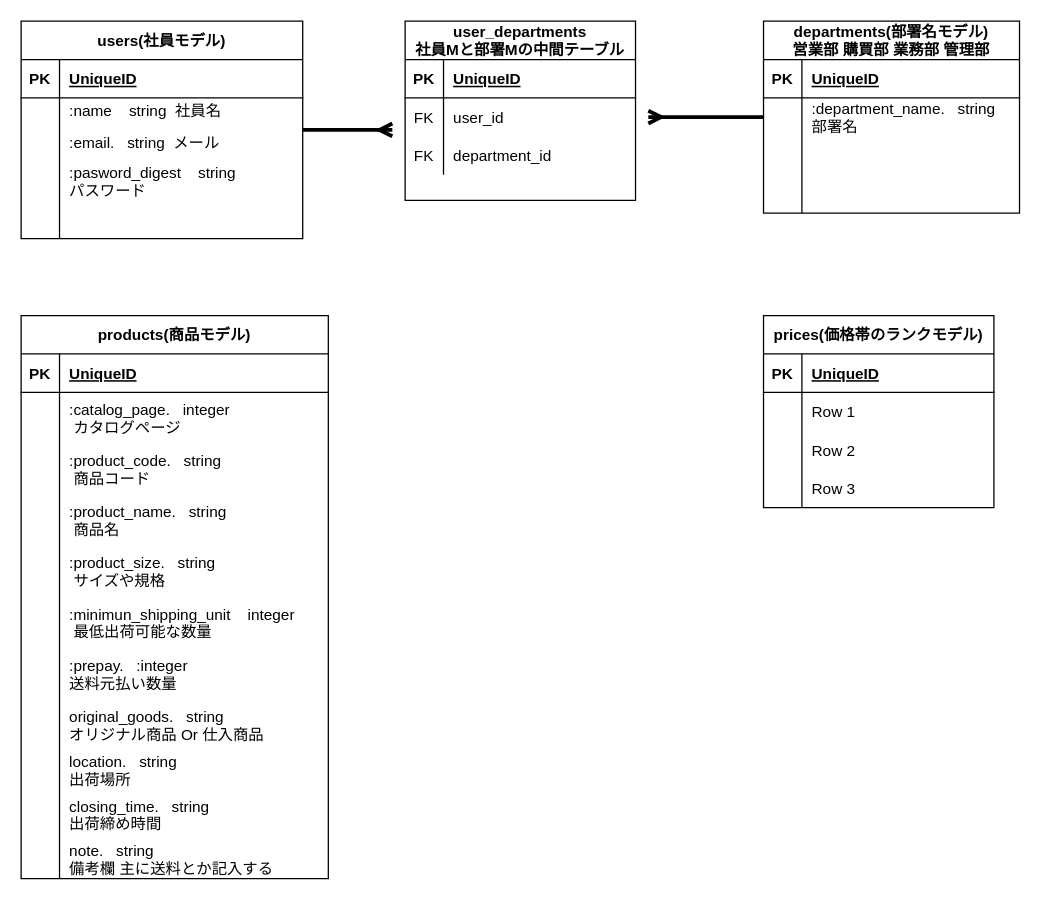
Masakazu-Harada/Portforio_PriceList keeps this draw.io diagram as ER.dio. Above is the earlier version. Source tidied: cells renumbered, new cells numbered last; positions are measured from the earlier drawing's top-left corner, leaving out a move shared by most shapes. Both pictures are drawn from the tidied source at 128%, with x=0, y=0 at pixel (20, 20).
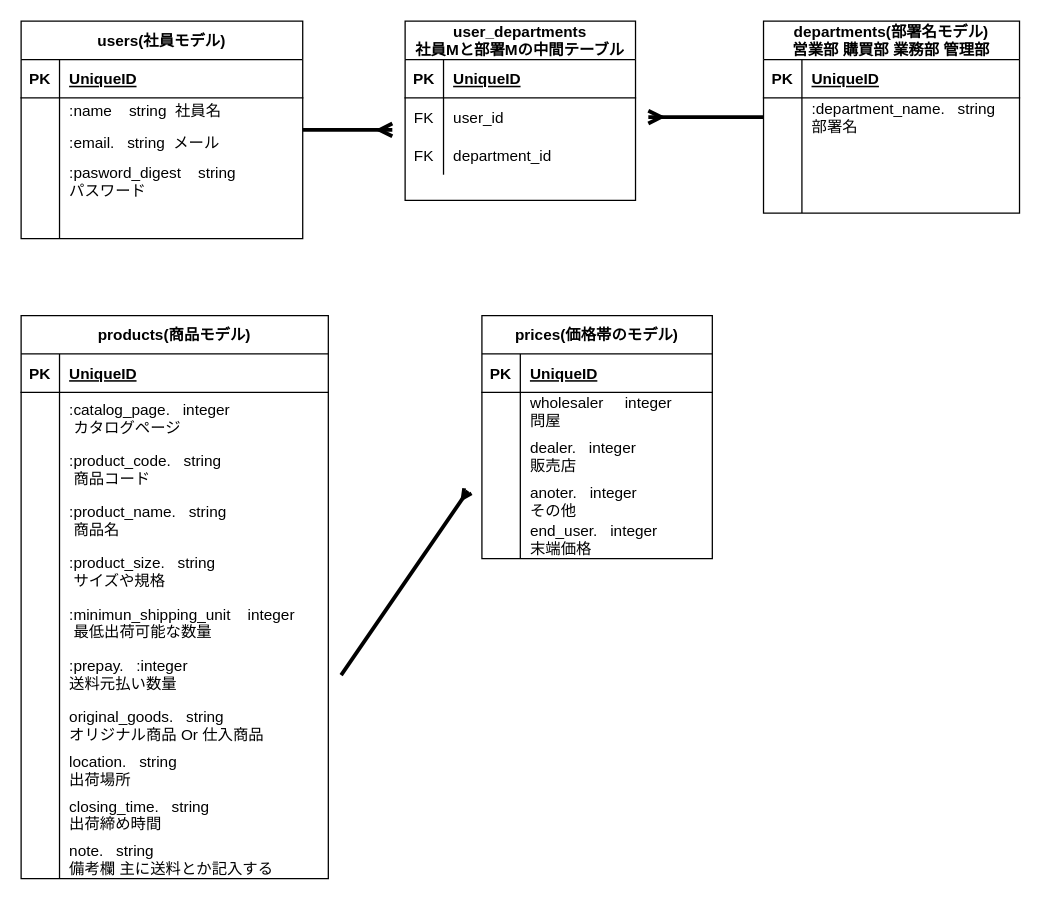
The same page after the edit.

Unchanged cells that the change refers to:
```xml
<mxCell id="81" style="shape=tableRow;horizontal=0;startSize=0;swimlaneHead=0;swimlaneBody=0;fillColor=none;top=0;left=0;right=0;bottom=0;" parent="77" vertex="1">
  <mxGeometry y="60" width="180" height="30" as="geometry" />
</mxCell>
```

Change to the diagram source:
```diff
@@
-    <mxCell id="77" value="prices(価格帯のランクモデル)" style="shape=table;startSize=30;childLayout=tableLayout;rowLines=0;fontStyle=1;align=center;" parent="1" vertex="1">
-      <mxGeometry x="580" y="230" width="180" height="150" as="geometry" />
+    <mxCell id="77" value="prices(価格帯のモデル)" style="shape=table;startSize=30;childLayout=tableLayout;rowLines=0;fontStyle=1;align=center;" parent="1" vertex="1">
+      <mxGeometry x="360" y="230" width="180" height="190" as="geometry" />
     </mxCell>
@@
-    <mxCell id="83" value="Row 1" style="shape=partialRectangle;fillColor=none;top=0;left=0;bottom=0;right=0;align=left;spacingLeft=6;overflow=hidden;" parent="81" vertex="1">
+    <mxCell id="83" value="wholesaler     integer&#10;問屋" style="shape=partialRectangle;fillColor=none;top=0;left=0;bottom=0;right=0;align=left;spacingLeft=6;overflow=hidden;" parent="81" vertex="1">
       <mxGeometry x="30" width="150" height="30" as="geometry" />
     </mxCell>
     <mxCell id="84" style="shape=tableRow;horizontal=0;startSize=0;swimlaneHead=0;swimlaneBody=0;fillColor=none;top=0;left=0;right=0;bottom=0;" parent="77" vertex="1">
-      <mxGeometry y="90" width="180" height="30" as="geometry" />
+      <mxGeometry y="90" width="180" height="40" as="geometry" />
     </mxCell>
     <mxCell id="85" style="shape=partialRectangle;fillColor=none;top=0;left=0;bottom=0;right=0;overflow=hidden;" parent="84" vertex="1">
-      <mxGeometry width="30" height="30" as="geometry" />
+      <mxGeometry width="30" height="40" as="geometry" />
     </mxCell>
-    <mxCell id="86" value="Row 2" style="shape=partialRectangle;fillColor=none;top=0;left=0;bottom=0;right=0;align=left;spacingLeft=6;overflow=hidden;" parent="84" vertex="1">
-      <mxGeometry x="30" width="150" height="30" as="geometry" />
+    <mxCell id="86" value="dealer.   integer&#10;販売店" style="shape=partialRectangle;fillColor=none;top=0;left=0;bottom=0;right=0;align=left;spacingLeft=6;overflow=hidden;" parent="84" vertex="1">
+      <mxGeometry x="30" width="150" height="40" as="geometry" />
     </mxCell>
     <mxCell id="87" style="shape=tableRow;horizontal=0;startSize=0;swimlaneHead=0;swimlaneBody=0;fillColor=none;top=0;left=0;right=0;bottom=0;" parent="77" vertex="1">
-      <mxGeometry y="120" width="180" height="30" as="geometry" />
+      <mxGeometry y="130" width="180" height="30" as="geometry" />
     </mxCell>
@@
-    <mxCell id="89" value="Row 3" style="shape=partialRectangle;fillColor=none;top=0;left=0;bottom=0;right=0;align=left;spacingLeft=6;overflow=hidden;" parent="87" vertex="1">
+    <mxCell id="89" value="anoter.   integer&#10;その他" style="shape=partialRectangle;fillColor=none;top=0;left=0;bottom=0;right=0;align=left;spacingLeft=6;overflow=hidden;" parent="87" vertex="1">
       <mxGeometry x="30" width="150" height="30" as="geometry" />
     </mxCell>
+    <mxCell id="90" style="shape=tableRow;horizontal=0;startSize=0;swimlaneHead=0;swimlaneBody=0;fillColor=none;top=0;left=0;right=0;bottom=0;" parent="77" vertex="1">
+      <mxGeometry y="160" width="180" height="30" as="geometry" />
+    </mxCell>
+    <mxCell id="91" style="shape=partialRectangle;fillColor=none;top=0;left=0;bottom=0;right=0;overflow=hidden;" parent="90" vertex="1">
+      <mxGeometry width="30" height="30" as="geometry" />
+    </mxCell>
+    <mxCell id="92" value="end_user.   integer&#10;末端価格" style="shape=partialRectangle;fillColor=none;top=0;left=0;bottom=0;right=0;align=left;spacingLeft=6;overflow=hidden;" parent="90" vertex="1">
+      <mxGeometry x="30" width="150" height="30" as="geometry" />
+    </mxCell>
+    <mxCell id="93" style="edgeStyle=none;rounded=1;jumpSize=6;html=1;strokeWidth=3;endArrow=ERmany;endFill=0;startSize=3;endSize=3;sourcePerimeterSpacing=0;" parent="1" edge="1">
+      <mxGeometry relative="1" as="geometry">
+        <mxPoint x="250" y="511" as="sourcePoint" />
+        <mxPoint x="349" y="367" as="targetPoint" />
+      </mxGeometry>
+    </mxCell>
```
